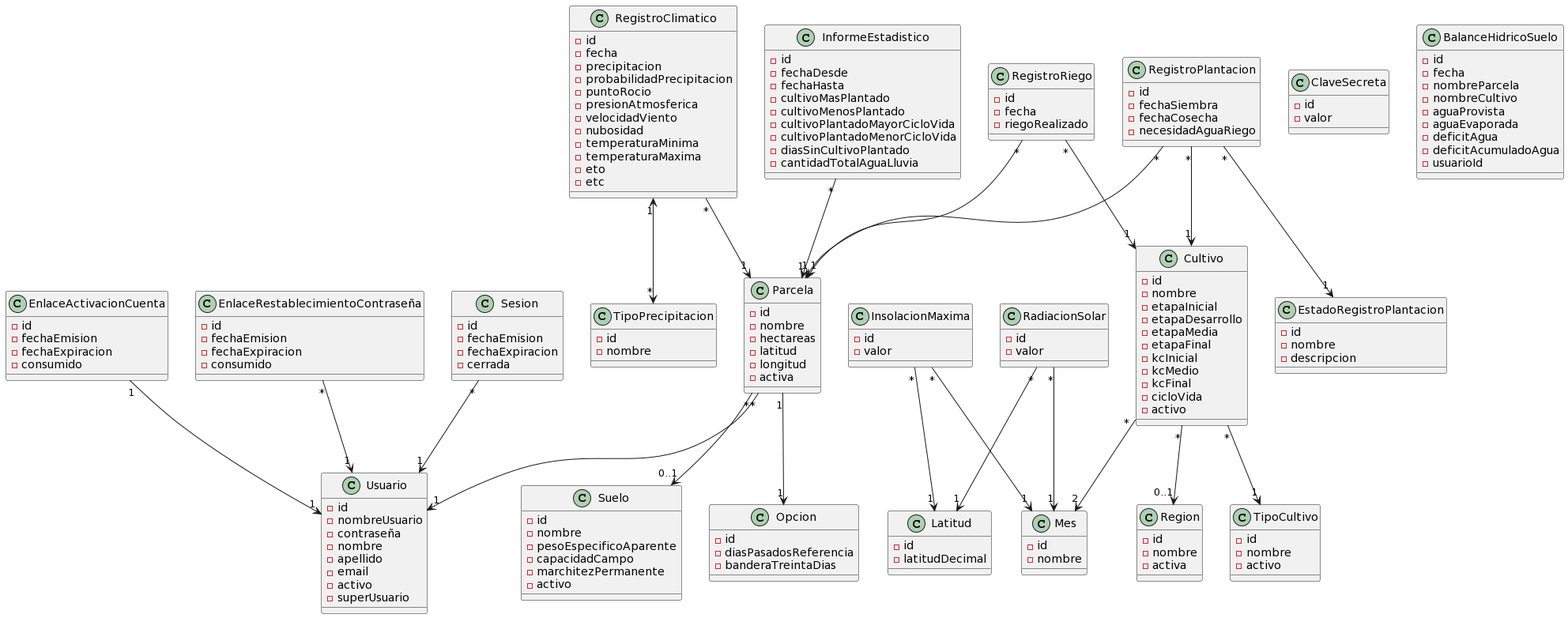
Above: docs/domain model/Modelo de dominio.png in facundopaez-dev/sistema-web-riego (PlantUML), before the change.
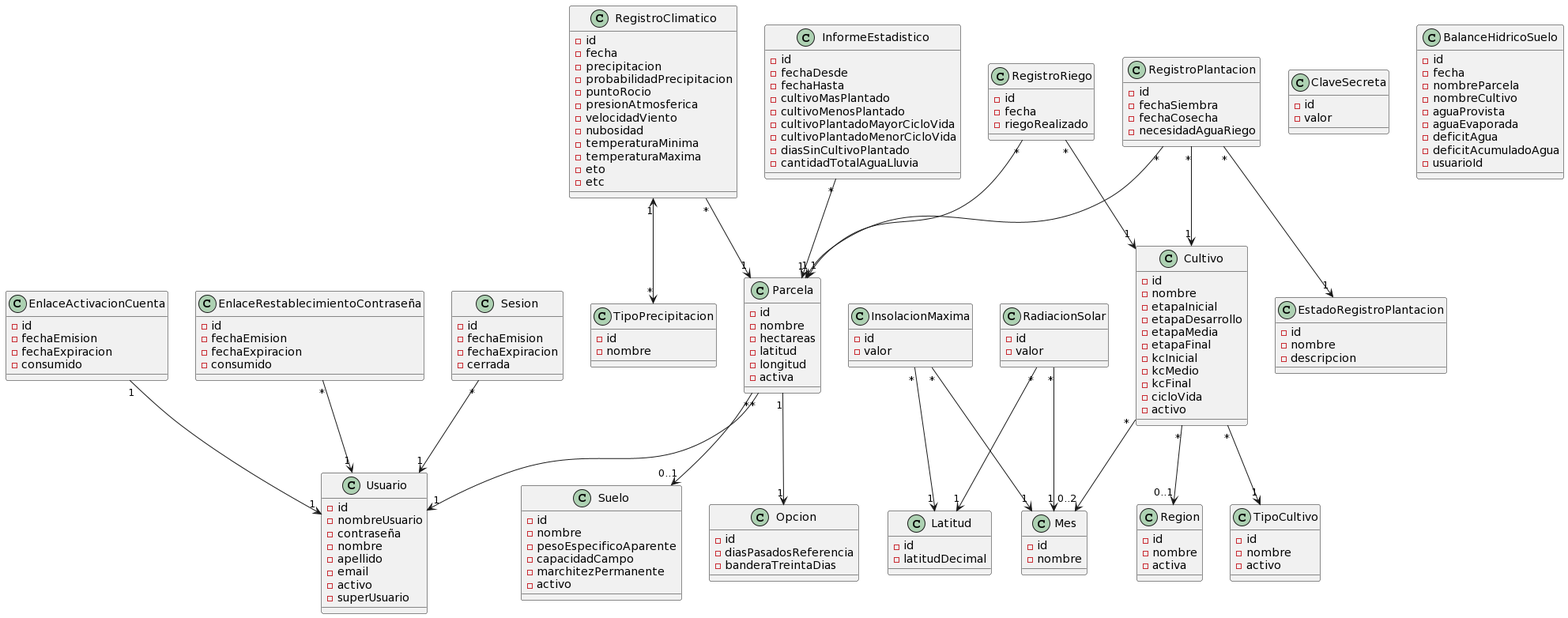
The same diagram one commit later.

Commit message:
Mutiplicidad de la relación entre las entidades Cultivo y Mes del modelo de dominio, corregida

Diff of the diagram source:
```diff
@@ -18,7 +18,7 @@
 RegistroRiego "*" --> "1" Cultivo
 Parcela "1" --> "1" Opcion
 Cultivo "*" --> "0..1" Region
-Cultivo "*" --> "2" Mes
+Cultivo "*" --> "0..2" Mes
 Parcela "*" --> "0..1" Suelo
 
 class Parcela {
```
